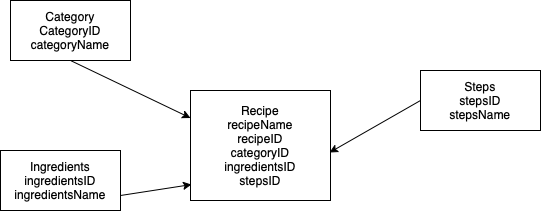
Earlier version of the draw.io export Week2/recipes-prep/database_diagram.png (hhana1-a/databases-cohort47). Source tidied: cells renumbered, new cells last; positions are measured from the earlier drawing's top-left corner, leaving out a move shared by most shapes.
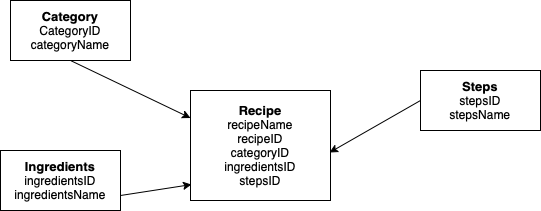
After the commit.

What changed in the source:
```diff
@@ -2,16 +2,16 @@
   <root>
     <mxCell id="0" />
     <mxCell id="1" parent="0" />
-    <mxCell id="2" value="Recipe&lt;div&gt;recipeName&lt;/div&gt;&lt;div&gt;recipeID&lt;/div&gt;&lt;div&gt;categoryID&lt;/div&gt;&lt;div&gt;ingredientsID&lt;/div&gt;&lt;div&gt;stepsID&lt;/div&gt;" style="rounded=0;whiteSpace=wrap;html=1;" parent="1" vertex="1">
+    <mxCell id="2" value="&lt;b&gt;&lt;font style=&quot;font-size: 13px;&quot;&gt;Recipe&lt;/font&gt;&lt;/b&gt;&lt;div&gt;recipeName&lt;/div&gt;&lt;div&gt;recipeID&lt;/div&gt;&lt;div&gt;categoryID&lt;/div&gt;&lt;div&gt;ingredientsID&lt;/div&gt;&lt;div&gt;stepsID&lt;/div&gt;" style="rounded=0;whiteSpace=wrap;html=1;" parent="1" vertex="1">
       <mxGeometry x="190" y="90" width="140" height="110" as="geometry" />
     </mxCell>
-    <mxCell id="3" value="Category&lt;div&gt;CategoryID&lt;/div&gt;&lt;div&gt;categoryName&lt;/div&gt;" style="rounded=0;whiteSpace=wrap;html=1;" parent="1" vertex="1">
+    <mxCell id="3" value="&lt;b&gt;&lt;font style=&quot;font-size: 13px;&quot;&gt;Category&lt;/font&gt;&lt;/b&gt;&lt;div&gt;CategoryID&lt;/div&gt;&lt;div&gt;categoryName&lt;/div&gt;" style="rounded=0;whiteSpace=wrap;html=1;" parent="1" vertex="1">
       <mxGeometry x="10" width="120" height="60" as="geometry" />
     </mxCell>
-    <mxCell id="4" value="Ingredients&lt;div&gt;ingredientsID&lt;/div&gt;&lt;div&gt;ingredientsName&lt;/div&gt;" style="rounded=0;whiteSpace=wrap;html=1;" parent="1" vertex="1">
+    <mxCell id="4" value="&lt;b&gt;&lt;font style=&quot;font-size: 13px;&quot;&gt;Ingredients&lt;/font&gt;&lt;/b&gt;&lt;div&gt;ingredientsID&lt;/div&gt;&lt;div&gt;ingredientsName&lt;/div&gt;" style="rounded=0;whiteSpace=wrap;html=1;" parent="1" vertex="1">
       <mxGeometry y="150" width="120" height="60" as="geometry" />
     </mxCell>
-    <mxCell id="5" value="Steps&lt;div&gt;stepsID&lt;/div&gt;&lt;div&gt;stepsName&lt;/div&gt;" style="rounded=0;whiteSpace=wrap;html=1;" parent="1" vertex="1">
+    <mxCell id="5" value="&lt;b&gt;&lt;font style=&quot;font-size: 13px;&quot;&gt;Steps&lt;/font&gt;&lt;/b&gt;&lt;div&gt;stepsID&lt;/div&gt;&lt;div&gt;stepsName&lt;/div&gt;" style="rounded=0;whiteSpace=wrap;html=1;" parent="1" vertex="1">
       <mxGeometry x="420" y="70" width="120" height="60" as="geometry" />
     </mxCell>
     <mxCell id="6" style="endArrow=classic;html=1;rounded=0;exitX=0;exitY=0.5;exitDx=0;exitDy=0;entryX=0.993;entryY=0.564;entryDx=0;entryDy=0;entryPerimeter=0;" parent="1" edge="1" source="5" target="2">
```
